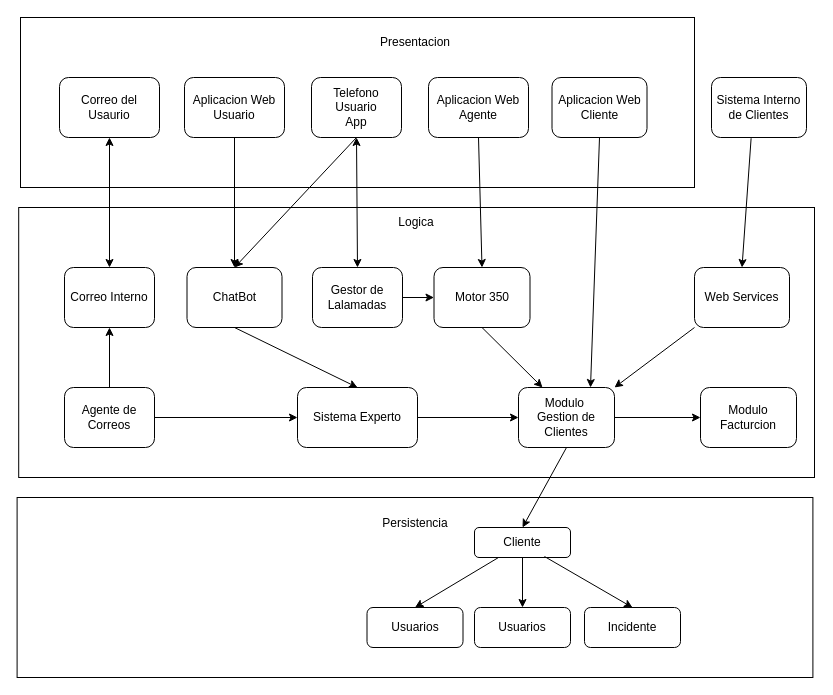
This is diagramas/DiagramaDeComponentes.drawio from ronguito/arquitectura, a draw.io file, before an edit. Source tidied: cells renumbered, new cells numbered last; positions are measured from the earlier drawing's top-left corner, leaving out a move shared by most shapes. Both pictures are drawn from the tidied source at 100%, with x=0, y=0 at pixel (17, 17).
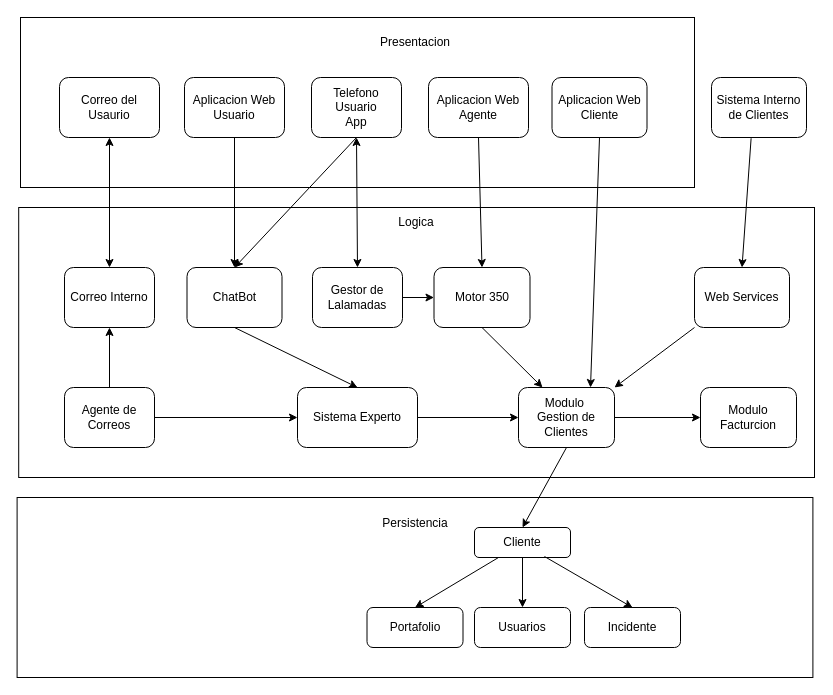
Above is the later version.

Change to the diagram source:
```diff
@@
-    <mxCell id="40" value="Usuarios" style="rounded=1;whiteSpace=wrap;html=1;" parent="1" vertex="1">
+    <mxCell id="40" value="Portafolio" style="rounded=1;whiteSpace=wrap;html=1;" parent="1" vertex="1">
       <mxGeometry x="349.5" y="590" width="96" height="40" as="geometry" />
     </mxCell>
```
